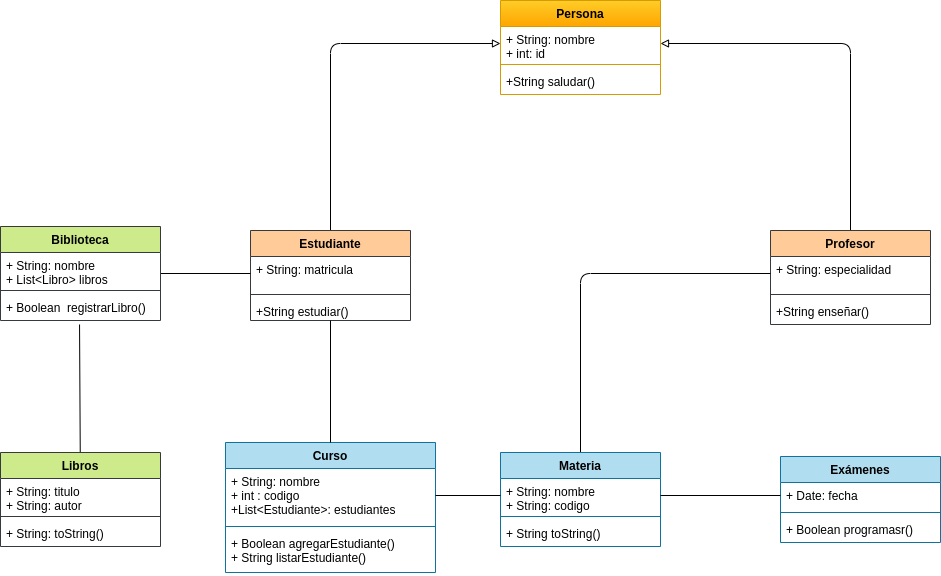
Above: images/diagrama-clases-academia.drawio.png in nexphernandez/gestion-academica (draw.io), before the change. Source tidied: cells renumbered, new cells last; positions are measured from the earlier drawing's top-left corner, leaving out a move shared by most shapes.
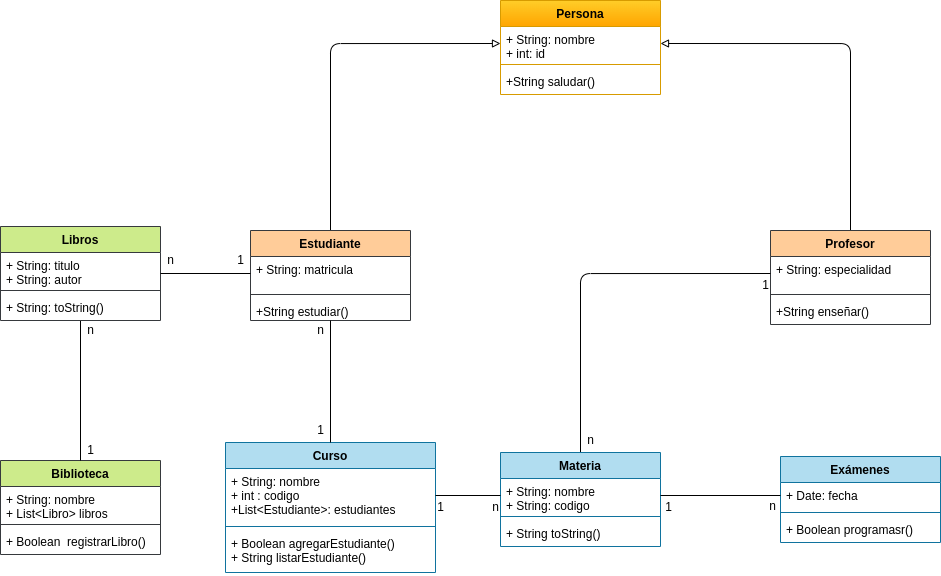
After the commit.

Commit message:
Se termina de crear las clases profesor, estudiante y persona

The edit, as a diff of the source:
```diff
@@ -1,4 +1,4 @@
-<mxGraphModel>
+<mxGraphModel background="#ffffff">
   <root>
     <mxCell id="0" />
     <mxCell id="1" parent="0" />
@@ -83,11 +83,8 @@
     <mxCell id="28" value="+ Boolean programasr()" style="text;strokeColor=none;fillColor=none;align=left;verticalAlign=top;spacingLeft=4;spacingRight=4;overflow=hidden;" parent="25" vertex="1">
       <mxGeometry y="60" width="160" height="26" as="geometry" />
     </mxCell>
-    <mxCell id="29" style="edgeStyle=none;html=1;entryX=0;entryY=0.5;entryDx=0;entryDy=0;endArrow=none;endFill=0;" parent="1" edge="1" source="30" target="8">
-      <mxGeometry relative="1" as="geometry" />
-    </mxCell>
     <mxCell id="30" value="Biblioteca" style="swimlane;fontStyle=1;align=center;verticalAlign=top;horizontal=1;startSize=26;fillColor=#cdeb8b;strokeColor=#36393d;" parent="1" vertex="1">
-      <mxGeometry y="226" width="160" height="94" as="geometry" />
+      <mxGeometry y="460" width="160" height="94" as="geometry" />
     </mxCell>
     <mxCell id="31" value="+ String: nombre&#10;+ List&lt;Libro&gt; libros" style="text;strokeColor=none;fillColor=none;align=left;verticalAlign=top;spacingLeft=4;spacingRight=4;overflow=hidden;" parent="30" vertex="1">
       <mxGeometry y="26" width="160" height="34" as="geometry" />
@@ -98,11 +95,11 @@
     <mxCell id="33" value="+ Boolean  registrarLibro()" style="text;strokeColor=none;fillColor=none;align=left;verticalAlign=top;spacingLeft=4;spacingRight=4;overflow=hidden;points=[[0,0.5],[1,0.5]];portConstraint=eastwest;" parent="30" vertex="1">
       <mxGeometry y="68" width="160" height="26" as="geometry" />
     </mxCell>
-    <mxCell id="34" style="html=1;entryX=0.494;entryY=1.154;entryDx=0;entryDy=0;entryPerimeter=0;endArrow=none;endFill=0;" parent="1" edge="1" source="35" target="33">
+    <mxCell id="34" style="html=1;entryX=0.5;entryY=0;entryDx=0;entryDy=0;endArrow=none;endFill=0;" parent="1" edge="1" source="35" target="30">
       <mxGeometry relative="1" as="geometry" />
     </mxCell>
     <mxCell id="35" value="Libros" style="swimlane;fontStyle=1;align=center;verticalAlign=top;horizontal=1;startSize=26;fillColor=#cdeb8b;strokeColor=#36393d;" parent="1" vertex="1">
-      <mxGeometry y="452" width="160" height="94" as="geometry" />
+      <mxGeometry y="226" width="160" height="94" as="geometry" />
     </mxCell>
     <mxCell id="36" value="+ String: titulo&#10;+ String: autor" style="text;strokeColor=none;fillColor=none;align=left;verticalAlign=top;spacingLeft=4;spacingRight=4;overflow=hidden;" parent="35" vertex="1">
       <mxGeometry y="26" width="160" height="34" as="geometry" />
@@ -122,5 +119,44 @@
     <mxCell id="41" style="edgeStyle=orthogonalEdgeStyle;html=1;entryX=0;entryY=0.5;entryDx=0;entryDy=0;endArrow=none;endFill=0;" parent="1" edge="1" source="22" target="26">
       <mxGeometry relative="1" as="geometry" />
     </mxCell>
+    <mxCell id="29" style="edgeStyle=none;html=1;entryX=1;entryY=0.5;entryDx=0;entryDy=0;endArrow=none;endFill=0;" parent="1" edge="1" source="8" target="35">
+      <mxGeometry relative="1" as="geometry" />
+    </mxCell>
+    <mxCell id="42" value="1" style="text;html=1;align=center;verticalAlign=middle;strokeColor=none;fillColor=none;" parent="1" vertex="1">
+      <mxGeometry x="225" y="245" width="30" height="30" as="geometry" />
+    </mxCell>
+    <mxCell id="43" value="n" style="text;html=1;align=center;verticalAlign=middle;strokeColor=none;fillColor=none;" parent="1" vertex="1">
+      <mxGeometry x="155" y="245" width="30" height="30" as="geometry" />
+    </mxCell>
+    <mxCell id="44" value="1" style="text;html=1;align=center;verticalAlign=middle;strokeColor=none;fillColor=none;" parent="1" vertex="1">
+      <mxGeometry x="75" y="435" width="30" height="30" as="geometry" />
+    </mxCell>
+    <mxCell id="45" value="n" style="text;html=1;align=center;verticalAlign=middle;strokeColor=none;fillColor=none;" parent="1" vertex="1">
+      <mxGeometry x="75" y="315" width="30" height="30" as="geometry" />
+    </mxCell>
+    <mxCell id="46" value="1" style="text;html=1;align=center;verticalAlign=middle;strokeColor=none;fillColor=none;" parent="1" vertex="1">
+      <mxGeometry x="305" y="415" width="30" height="30" as="geometry" />
+    </mxCell>
+    <mxCell id="47" value="n" style="text;html=1;align=center;verticalAlign=middle;strokeColor=none;fillColor=none;" parent="1" vertex="1">
+      <mxGeometry x="305" y="315" width="30" height="30" as="geometry" />
+    </mxCell>
+    <mxCell id="48" value="1" style="text;html=1;align=center;verticalAlign=middle;strokeColor=none;fillColor=none;" parent="1" vertex="1">
+      <mxGeometry x="425" y="492" width="30" height="30" as="geometry" />
+    </mxCell>
+    <mxCell id="49" value="n" style="text;html=1;align=center;verticalAlign=middle;strokeColor=none;fillColor=none;" parent="1" vertex="1">
+      <mxGeometry x="480" y="492" width="30" height="30" as="geometry" />
+    </mxCell>
+    <mxCell id="50" value="1" style="text;html=1;align=center;verticalAlign=middle;strokeColor=none;fillColor=none;" parent="1" vertex="1">
+      <mxGeometry x="750" y="270" width="30" height="30" as="geometry" />
+    </mxCell>
+    <mxCell id="51" value="n" style="text;html=1;align=center;verticalAlign=middle;strokeColor=none;fillColor=none;" parent="1" vertex="1">
+      <mxGeometry x="575" y="425" width="30" height="30" as="geometry" />
+    </mxCell>
+    <mxCell id="52" value="1" style="text;html=1;align=center;verticalAlign=middle;strokeColor=none;fillColor=none;" parent="1" vertex="1">
+      <mxGeometry x="653" y="492" width="30" height="30" as="geometry" />
+    </mxCell>
+    <mxCell id="53" value="n" style="text;html=1;align=center;verticalAlign=middle;strokeColor=none;fillColor=none;" parent="1" vertex="1">
+      <mxGeometry x="757" y="491" width="30" height="30" as="geometry" />
+    </mxCell>
   </root>
 </mxGraphModel>
```
